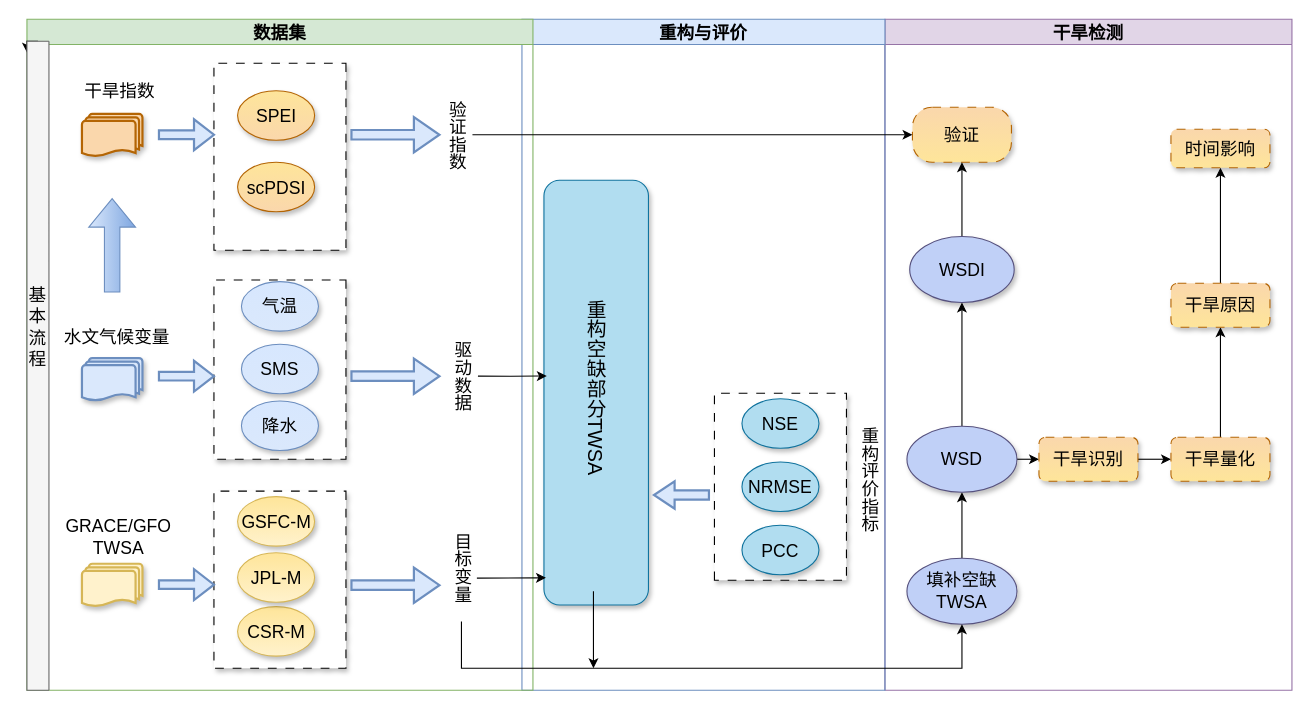
lesmorts/Notes keeps this draw.io diagram as Drought.drawio. Above is the earlier version. Source tidied: cells renumbered, new cells numbered last; positions are measured from the earlier drawing's top-left corner, leaving out a move shared by most shapes. Both pictures are drawn from the tidied source at 110%, with x=0, y=0 at pixel (26, 19).
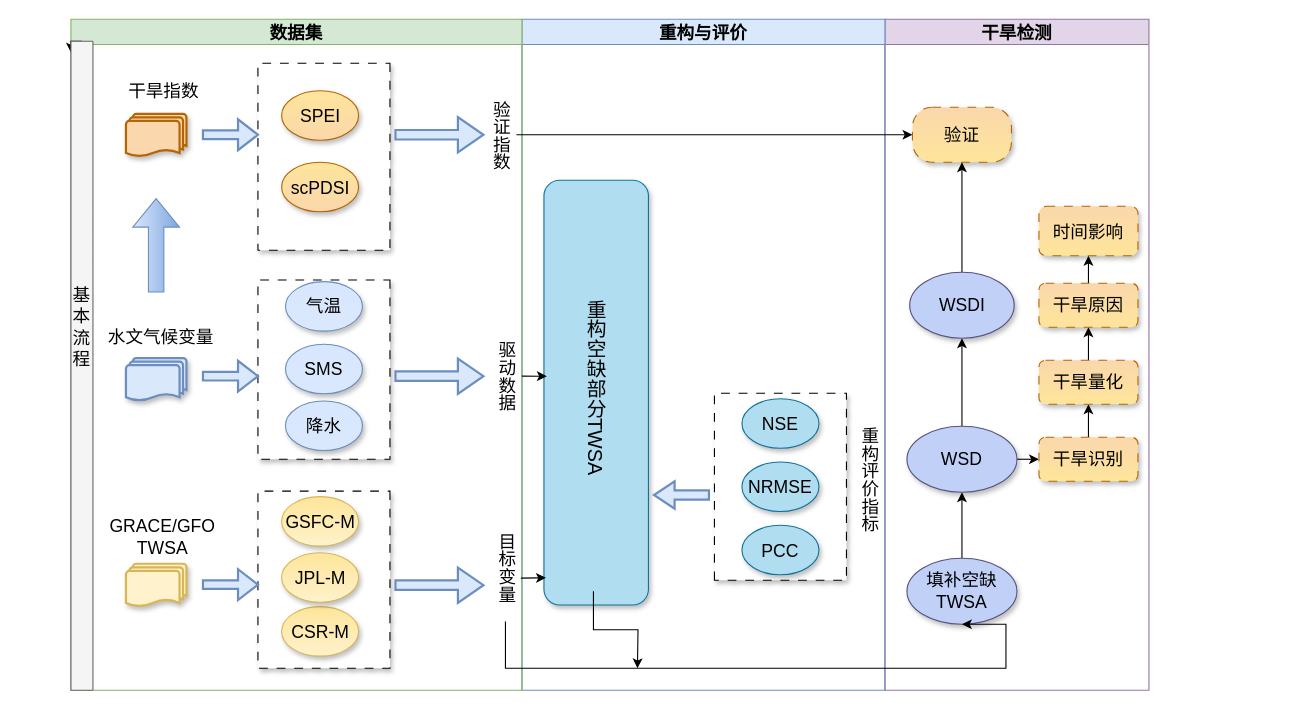
The same page after the edit.

The change refers to these unchanged cells:
```xml
<mxCell id="5" value="填补空缺TWSA" style="ellipse;whiteSpace=wrap;html=1;fillColor=#c0d0f7;strokeColor=#56517e;align=center;verticalAlign=middle;fontFamily=Helvetica;fontSize=16;shadow=1;fontStyle=0;fontColor=default;direction=east;" parent="2" vertex="1">
  <mxGeometry x="20" y="490" width="100" height="60" as="geometry" />
</mxCell>
<mxCell id="12" value="干旱识别" style="rounded=1;whiteSpace=wrap;html=1;fillColor=#fad7ac;strokeColor=#b46504;shadow=1;fontStyle=0;dashed=1;dashPattern=8 8;align=center;verticalAlign=middle;fontFamily=Helvetica;fontSize=16;fontColor=default;gradientColor=#fee59a;direction=east;" parent="2" vertex="1">
  <mxGeometry x="140" y="380" width="90" height="40" as="geometry" />
</mxCell>
<mxCell id="19" style="rounded=1;whiteSpace=wrap;html=1;shadow=1;glass=0;fillColor=#b1ddf0;strokeColor=#10739e;rotation=-90;fontSize=16;" parent="18" vertex="1">
  <mxGeometry x="-125.6" y="291.9" width="386.2" height="95" as="geometry" />
</mxCell>
<mxCell id="20" value="重构空缺部分TWSA" style="text;strokeColor=none;align=center;fillColor=none;html=1;verticalAlign=middle;whiteSpace=wrap;rounded=0;textDirection=vertical-lr;fontSize=18;fontFamily=Helvetica;" parent="18" vertex="1">
  <mxGeometry x="30" y="150" width="70" height="370" as="geometry" />
</mxCell>
<mxCell id="48" value="目标变量" style="text;html=1;align=center;verticalAlign=middle;whiteSpace=wrap;rounded=0;direction=south;textDirection=vertical-lr;fontSize=16;" parent="27" vertex="1">
  <mxGeometry x="380" y="450" width="30" height="97.5" as="geometry" />
</mxCell>
```

What changed in the source:
```diff
@@
     <mxCell id="2" value="干旱检测" style="swimlane;fillColor=#e1d5e7;strokeColor=#9673a6;fontSize=16;" parent="1" vertex="1">
-      <mxGeometry x="780" width="370" height="610" as="geometry" />
+      <mxGeometry x="780" width="240" height="610" as="geometry" />
     </mxCell>
@@
     <mxCell id="10" value="WSDI" style="ellipse;whiteSpace=wrap;html=1;fillColor=#c0d0f7;strokeColor=#56517e;align=center;verticalAlign=middle;fontFamily=Helvetica;fontSize=16;shadow=1;fontColor=default;fontStyle=0;direction=east;" parent="2" vertex="1">
-      <mxGeometry x="22.5" y="197.5" width="95" height="60" as="geometry" />
+      <mxGeometry x="22.5" y="230" width="95" height="60" as="geometry" />
     </mxCell>
-    <mxCell id="11" style="edgeStyle=orthogonalEdgeStyle;rounded=0;jettySize=auto;html=1;exitX=1;exitY=0.5;exitDx=0;exitDy=0;entryX=0;entryY=0.5;entryDx=0;entryDy=0;fontSize=16;" parent="2" edge="1" source="12" target="14">
+    <mxCell id="11" style="edgeStyle=orthogonalEdgeStyle;rounded=0;jettySize=auto;html=1;exitX=0.5;exitY=0;exitDx=0;exitDy=0;entryX=0.5;entryY=1;entryDx=0;entryDy=0;fontSize=16;" parent="2" edge="1" source="12" target="14">
       <mxGeometry relative="1" as="geometry" />
     </mxCell>
@@
     <mxCell id="14" value="干旱量化" style="rounded=1;whiteSpace=wrap;html=1;fillColor=#fad7ac;strokeColor=#b46504;shadow=1;fontStyle=0;dashed=1;align=center;verticalAlign=middle;fontFamily=Helvetica;fontSize=16;fontColor=default;gradientColor=#fee59a;dashPattern=8 8;direction=east;" parent="2" vertex="1">
-      <mxGeometry x="260" y="380" width="90" height="40" as="geometry" />
+      <mxGeometry x="140" y="310" width="90" height="40" as="geometry" />
     </mxCell>
@@
     <mxCell id="16" value="干旱原因" style="rounded=1;whiteSpace=wrap;html=1;fillColor=#fad7ac;strokeColor=#b46504;shadow=1;fontStyle=0;dashed=1;gradientColor=#fee59a;dashPattern=8 8;direction=east;fontSize=16;" parent="2" vertex="1">
-      <mxGeometry x="260" y="240" width="90" height="40" as="geometry" />
+      <mxGeometry x="140" y="240" width="90" height="40" as="geometry" />
     </mxCell>
-    <mxCell id="17" value="时间影响" style="rounded=1;whiteSpace=wrap;html=1;fillColor=#fad7ac;strokeColor=#b46504;shadow=1;fontStyle=0;dashed=1;gradientColor=#fee59a;dashPattern=8 8;direction=east;fontSize=16;" parent="2" vertex="1">
-      <mxGeometry x="260" y="100" width="90" height="35" as="geometry" />
+    <mxCell id="17" value="时间影响" style="rounded=1;whiteSpace=wrap;html=1;fillColor=#fad7ac;strokeColor=#b46504;shadow=1;fontStyle=0;dashed=1;gradientColor=#fee59a;dashPattern=8 8;direction=east;fontSize=16;align=center;verticalAlign=middle;fontFamily=Helvetica;fontColor=default;" parent="2" vertex="1">
+      <mxGeometry x="140" y="170" width="90" height="45" as="geometry" />
     </mxCell>
@@
     <mxCell id="27" value="数据集" style="swimlane;fillColor=#d5e8d4;strokeColor=#82b366;fontSize=16;" parent="1" vertex="1">
-      <mxGeometry width="460" height="610" as="geometry" />
+      <mxGeometry x="40" width="410" height="610" as="geometry" />
     </mxCell>
@@
     <mxCell id="59" style="edgeStyle=orthogonalEdgeStyle;rounded=0;jettySize=auto;html=1;exitX=0.5;exitY=1;exitDx=0;exitDy=0;fontSize=16;" parent="1" edge="1" source="20">
       <mxGeometry relative="1" as="geometry">
-        <mxPoint x="515" y="590" as="targetPoint" />
+        <mxPoint x="555" y="590" as="targetPoint" />
       </mxGeometry>
     </mxCell>
     <mxCell id="60" style="edgeStyle=orthogonalEdgeStyle;rounded=0;jettySize=auto;html=1;exitX=1;exitY=0.5;exitDx=0;exitDy=0;entryX=0.5;entryY=1;entryDx=0;entryDy=0;fontSize=16;" parent="1" edge="1" source="48" target="5">
       <mxGeometry relative="1" as="geometry">
         <Array as="points">
-          <mxPoint x="395" y="590" />
-          <mxPoint x="850" y="590" />
+          <mxPoint x="435" y="590" />
+          <mxPoint x="890" y="590" />
         </Array>
       </mxGeometry>
     </mxCell>
@@
     <mxCell id="63" style="edgeStyle=orthogonalEdgeStyle;rounded=0;jettySize=auto;html=1;exitX=0.596;exitY=0.032;exitDx=0;exitDy=0;entryX=0.064;entryY=0.019;entryDx=0;entryDy=0;entryPerimeter=0;fontSize=16;exitPerimeter=0;" parent="1" edge="1" source="48" target="19">
       <mxGeometry relative="1" as="geometry">
         <Array as="points">
-          <mxPoint x="410" y="508" />
+          <mxPoint x="450" y="508" />
         </Array>
       </mxGeometry>
     </mxCell>
```
